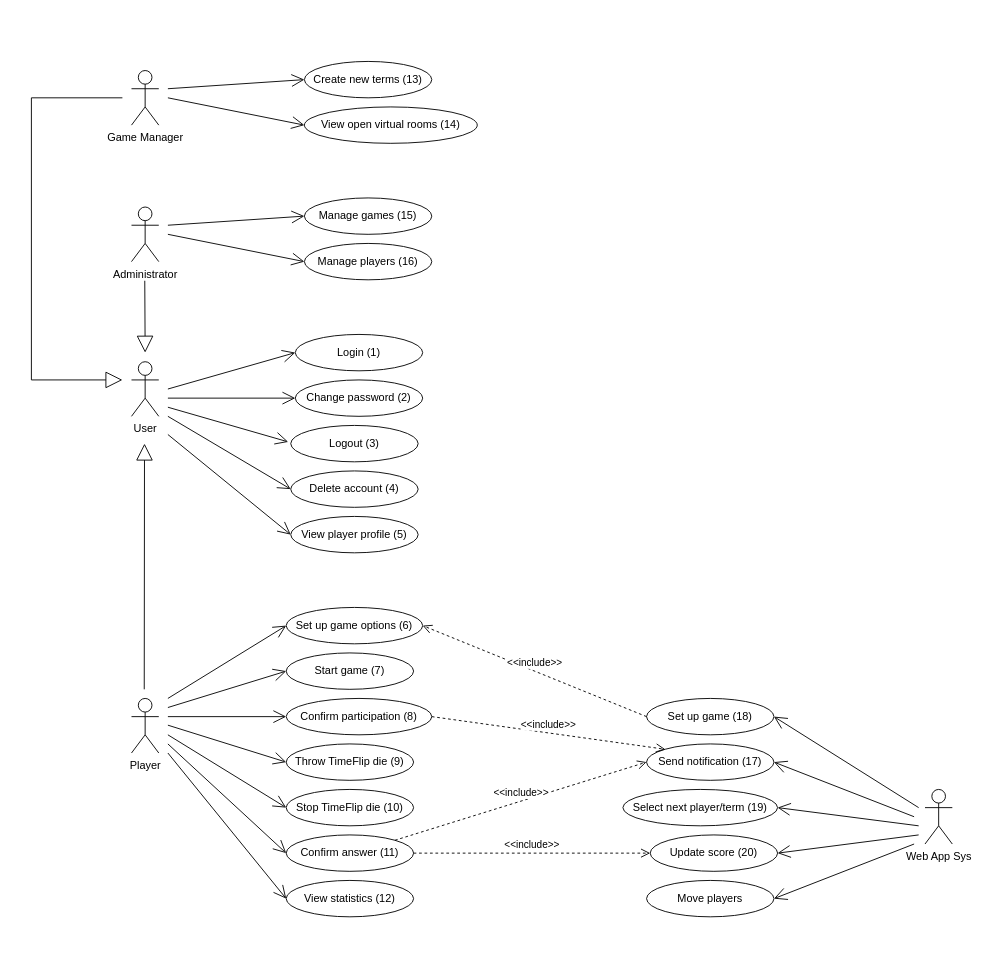
This is documents/softwarekonzept/Use Cases/Use_cases.drawio from merasz/softwareEngineeringProject, a draw.io file, before an edit. Source tidied: cells renumbered, new cells numbered last; positions are measured from the earlier drawing's top-left corner, leaving out a move shared by most shapes. Both pictures are drawn from the tidied source at 91%, with x=0, y=0 at pixel (31, 61).
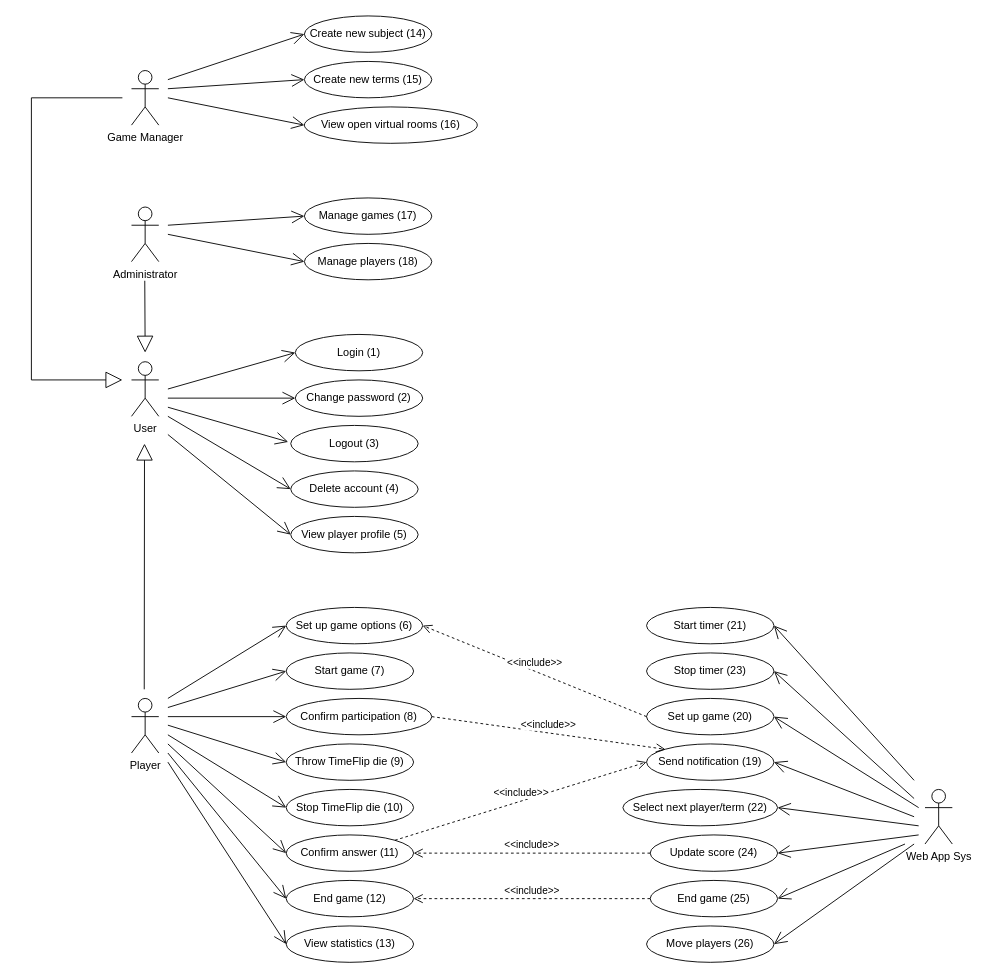
The same diagram, later.

Commit message (it also covers changes not shown here):
added more use cases

The change refers to these unchanged cells:
```xml
<mxCell id="39" value="Confirm answer (11)" style="ellipse;whiteSpace=wrap;html=1;" parent="1" vertex="1">
  <mxGeometry x="280" y="850" width="140" height="40" as="geometry" />
</mxCell>
```

Change to the diagram source:
```diff
@@
-    <mxCell id="6" value="Manage games (15)" style="ellipse;whiteSpace=wrap;html=1;" parent="1" vertex="1">
+    <mxCell id="6" value="Manage games (17)" style="ellipse;whiteSpace=wrap;html=1;" parent="1" vertex="1">
       <mxGeometry x="300" y="150" width="140" height="40" as="geometry" />
     </mxCell>
-    <mxCell id="7" value="Manage players (16)" style="ellipse;whiteSpace=wrap;html=1;" parent="1" vertex="1">
+    <mxCell id="7" value="Manage players (18)" style="ellipse;whiteSpace=wrap;html=1;" parent="1" vertex="1">
       <mxGeometry x="300" y="200" width="140" height="40" as="geometry" />
     </mxCell>
-    <mxCell id="8" value="View statistics (12)" style="ellipse;whiteSpace=wrap;html=1;" parent="1" vertex="1">
+    <mxCell id="8" value="End game (12)" style="ellipse;whiteSpace=wrap;html=1;" parent="1" vertex="1">
       <mxGeometry x="280" y="900" width="140" height="40" as="geometry" />
     </mxCell>
-    <mxCell id="9" value="Create new terms (13)" style="ellipse;whiteSpace=wrap;html=1;" parent="1" vertex="1">
+    <mxCell id="9" value="Create new terms (15)" style="ellipse;whiteSpace=wrap;html=1;" parent="1" vertex="1">
       <mxGeometry x="300" width="140" height="40" as="geometry" />
     </mxCell>
-    <mxCell id="10" value="View open virtual rooms (14)" style="ellipse;whiteSpace=wrap;html=1;" parent="1" vertex="1">
+    <mxCell id="10" value="View open virtual rooms (16)" style="ellipse;whiteSpace=wrap;html=1;" parent="1" vertex="1">
       <mxGeometry x="300" y="50" width="190" height="40" as="geometry" />
     </mxCell>
@@
-    <mxCell id="13" value="Select next player/term (19)" style="ellipse;whiteSpace=wrap;html=1;" parent="1" vertex="1">
+    <mxCell id="13" value="Select next player/term (22)" style="ellipse;whiteSpace=wrap;html=1;" parent="1" vertex="1">
       <mxGeometry x="650" y="800" width="170" height="40" as="geometry" />
     </mxCell>
@@
-    <mxCell id="17" value="Update score (20)" style="ellipse;whiteSpace=wrap;html=1;" parent="1" vertex="1">
+    <mxCell id="17" value="Update score (24)" style="ellipse;whiteSpace=wrap;html=1;" parent="1" vertex="1">
       <mxGeometry x="680" y="850" width="140" height="40" as="geometry" />
     </mxCell>
@@
-    <mxCell id="23" value="Set up game (18)" style="ellipse;whiteSpace=wrap;html=1;" parent="1" vertex="1">
+    <mxCell id="23" value="Set up game (20)" style="ellipse;whiteSpace=wrap;html=1;" parent="1" vertex="1">
       <mxGeometry x="676" y="700" width="140" height="40" as="geometry" />
     </mxCell>
@@
-    <mxCell id="27" value="&amp;lt;&amp;lt;include&amp;gt;&amp;gt;" style="html=1;verticalAlign=bottom;endArrow=open;dashed=1;endSize=8;exitX=1;exitY=0.5;exitDx=0;exitDy=0;entryX=0;entryY=0.5;entryDx=0;entryDy=0;" parent="1" edge="1" source="39" target="17">
+    <mxCell id="27" value="&amp;lt;&amp;lt;include&amp;gt;&amp;gt;" style="html=1;verticalAlign=bottom;endArrow=open;dashed=1;endSize=8;entryX=1;entryY=0.5;entryDx=0;entryDy=0;exitX=0;exitY=0.5;exitDx=0;exitDy=0;" parent="1" edge="1" source="17" target="39">
       <mxGeometry relative="1" as="geometry" />
     </mxCell>
@@
-    <mxCell id="51" value="Send notification (17)" style="ellipse;whiteSpace=wrap;html=1;" parent="1" vertex="1">
+    <mxCell id="51" value="Send notification (19)" style="ellipse;whiteSpace=wrap;html=1;" parent="1" vertex="1">
       <mxGeometry x="676" y="750" width="140" height="40" as="geometry" />
     </mxCell>
@@
-    <mxCell id="56" value="Move players" style="ellipse;whiteSpace=wrap;html=1;" parent="1" vertex="1">
-      <mxGeometry x="676" y="900" width="140" height="40" as="geometry" />
+    <mxCell id="56" value="Move players (26)" style="ellipse;whiteSpace=wrap;html=1;" parent="1" vertex="1">
+      <mxGeometry x="676" y="950" width="140" height="40" as="geometry" />
     </mxCell>
@@
+    <mxCell id="58" value="View statistics (13)" style="ellipse;whiteSpace=wrap;html=1;" parent="1" vertex="1">
+      <mxGeometry x="280" y="950" width="140" height="40" as="geometry" />
+    </mxCell>
+    <mxCell id="59" style="endArrow=open;endFill=1;endSize=12;html=1;entryX=0;entryY=0.5;entryDx=0;entryDy=0;" parent="1" edge="1" target="58">
+      <mxGeometry relative="1" as="geometry">
+        <mxPoint x="150" y="770" as="sourcePoint" />
+      </mxGeometry>
+    </mxCell>
+    <mxCell id="60" value="Create new subject (14)" style="ellipse;whiteSpace=wrap;html=1;" parent="1" vertex="1">
+      <mxGeometry x="300" y="-50" width="140" height="40" as="geometry" />
+    </mxCell>
+    <mxCell id="61" style="endArrow=open;endFill=1;endSize=12;html=1;entryX=0;entryY=0.5;entryDx=0;entryDy=0;" parent="1" edge="1" target="60">
+      <mxGeometry relative="1" as="geometry">
+        <mxPoint x="150" y="20" as="sourcePoint" />
+      </mxGeometry>
+    </mxCell>
+    <mxCell id="62" value="Start timer (21)" style="ellipse;whiteSpace=wrap;html=1;" parent="1" vertex="1">
+      <mxGeometry x="676" y="600" width="140" height="40" as="geometry" />
+    </mxCell>
+    <mxCell id="63" value="Stop timer (23)" style="ellipse;whiteSpace=wrap;html=1;" parent="1" vertex="1">
+      <mxGeometry x="676" y="650" width="140" height="40" as="geometry" />
+    </mxCell>
+    <mxCell id="64" value="End game (25)" style="ellipse;whiteSpace=wrap;html=1;" parent="1" vertex="1">
+      <mxGeometry x="680" y="900" width="140" height="40" as="geometry" />
+    </mxCell>
+    <mxCell id="65" style="endArrow=open;endFill=1;endSize=12;html=1;entryX=1;entryY=0.5;entryDx=0;entryDy=0;" parent="1" edge="1" target="64">
+      <mxGeometry relative="1" as="geometry">
+        <mxPoint x="960" y="860" as="sourcePoint" />
+      </mxGeometry>
+    </mxCell>
+    <mxCell id="66" style="endArrow=open;endFill=1;endSize=12;html=1;entryX=1;entryY=0.5;entryDx=0;entryDy=0;" parent="1" edge="1" target="63">
+      <mxGeometry relative="1" as="geometry">
+        <mxPoint x="970" y="810" as="sourcePoint" />
+      </mxGeometry>
+    </mxCell>
+    <mxCell id="67" style="endArrow=open;endFill=1;endSize=12;html=1;entryX=1;entryY=0.5;entryDx=0;entryDy=0;" parent="1" edge="1" target="62">
+      <mxGeometry relative="1" as="geometry">
+        <mxPoint x="970" y="790" as="sourcePoint" />
+      </mxGeometry>
+    </mxCell>
+    <mxCell id="68" value="&amp;lt;&amp;lt;include&amp;gt;&amp;gt;" style="html=1;verticalAlign=bottom;endArrow=open;dashed=1;endSize=8;entryX=1;entryY=0.5;entryDx=0;entryDy=0;exitX=0;exitY=0.5;exitDx=0;exitDy=0;" parent="1" edge="1" source="64" target="8">
+      <mxGeometry relative="1" as="geometry" />
+    </mxCell>
```
